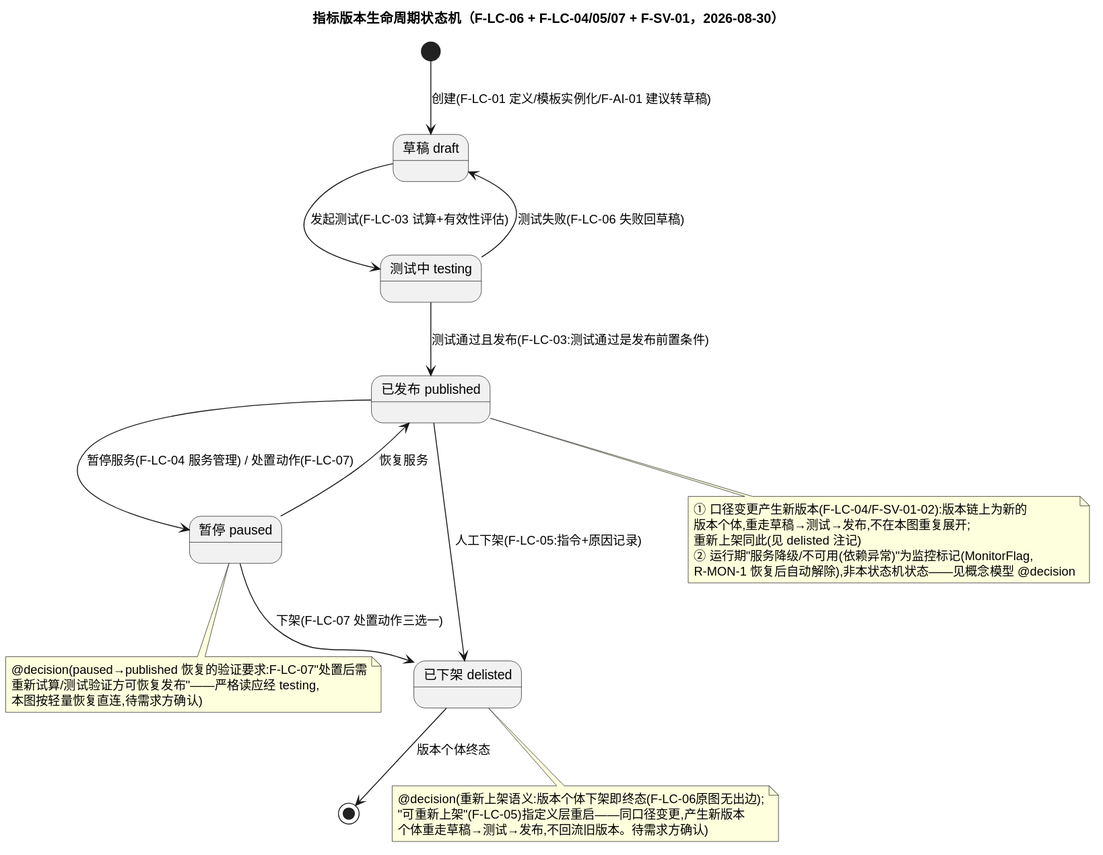
This is research/requirement-to-spec/cases/intelli-metric/formal/flow-metric.svg from fisheryu-cn1/AI-Coding-Engineering, a PlantUML export, as it was before one commit. Its diagram source:
```plantuml
@startuml
title 指标版本生命周期状态机（F-LC-06 + F-LC-04/05/07 + F-SV-01，2026-08-30）

state "草稿 draft" as draft
state "测试中 testing" as testing
state "已发布 published" as published
state "暂停 paused" as paused
state "已下架 delisted" as delisted

[*] --> draft : 创建(F-LC-01 定义/模板实例化/F-AI-01 建议转草稿)

draft --> testing : 发起测试(F-LC-03 试算+有效性评估)
testing --> draft : 测试失败(F-LC-06 失败回草稿)
testing --> published : 测试通过且发布(F-LC-03:测试通过是发布前置条件)
published --> paused : 暂停服务(F-LC-04 服务管理) / 处置动作(F-LC-07)
paused --> published : 恢复服务
published --> delisted : 人工下架(F-LC-05:指令+原因记录)
paused --> delisted : 下架(F-LC-07 处置动作三选一)
delisted --> [*] : 版本个体终态

note bottom of delisted
  @decision(重新上架语义:版本个体下架即终态(F-LC-06原图无出边);
  "可重新上架"(F-LC-05)指定义层重启——同口径变更,产生新版本
  个体重走草稿→测试→发布,不回流旧版本。待需求方确认)
end note
note bottom of paused
  @decision(paused→published 恢复的验证要求:F-LC-07"处置后需
  重新试算/测试验证方可恢复发布"——严格读应经 testing,
  本图按轻量恢复直连,待需求方确认)
end note
note bottom of published
  ① 口径变更产生新版本(F-LC-04/F-SV-01-02):版本链上为新的
  版本个体,重走草稿→测试→发布,不在本图重复展开;
  重新上架同此(见 delisted 注记)
  ② 运行期"服务降级/不可用(依赖异常)"为监控标记(MonitorFlag,
  R-MON-1 恢复后自动解除),非本状态机状态——见概念模型 @decision
end note
@enduml
```
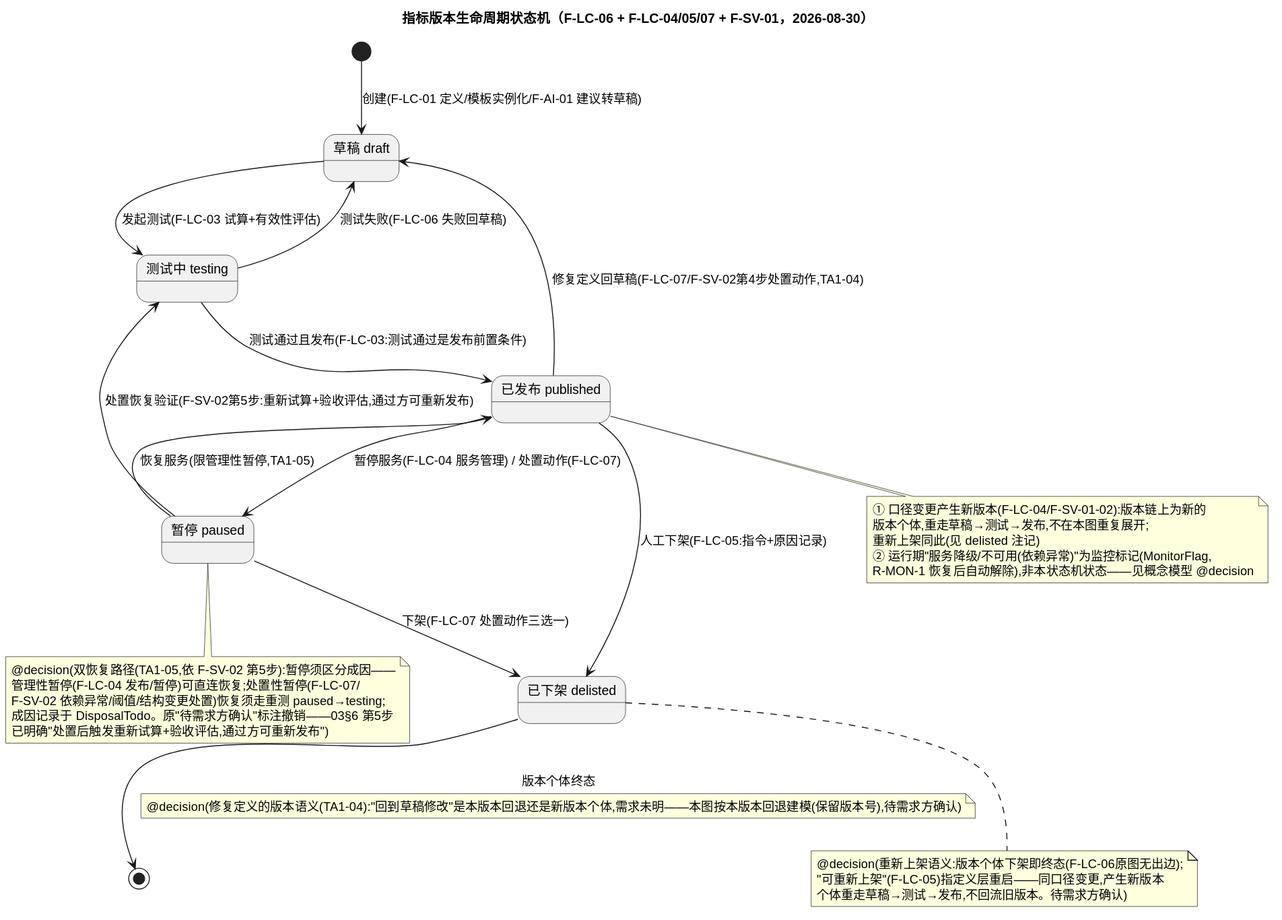
The same diagram one commit later.

The edit, as a diff of the source:
```diff
@@ -13,7 +13,9 @@
 testing --> draft : 测试失败(F-LC-06 失败回草稿)
 testing --> published : 测试通过且发布(F-LC-03:测试通过是发布前置条件)
 published --> paused : 暂停服务(F-LC-04 服务管理) / 处置动作(F-LC-07)
-paused --> published : 恢复服务
+paused --> published : 恢复服务(限管理性暂停,TA1-05)
+paused --> testing : 处置恢复验证(F-SV-02第5步:重新试算+验收评估,通过方可重新发布)
+published --> draft : 修复定义回草稿(F-LC-07/F-SV-02第4步处置动作,TA1-04)
 published --> delisted : 人工下架(F-LC-05:指令+原因记录)
 paused --> delisted : 下架(F-LC-07 处置动作三选一)
 delisted --> [*] : 版本个体终态
@@ -23,10 +25,13 @@
   "可重新上架"(F-LC-05)指定义层重启——同口径变更,产生新版本
   个体重走草稿→测试→发布,不回流旧版本。待需求方确认)
 end note
+note on link : @decision(修复定义的版本语义(TA1-04):"回到草稿修改"是本版本回退还是新版本个体,需求未明——本图按本版本回退建模(保留版本号),待需求方确认)
 note bottom of paused
-  @decision(paused→published 恢复的验证要求:F-LC-07"处置后需
-  重新试算/测试验证方可恢复发布"——严格读应经 testing,
-  本图按轻量恢复直连,待需求方确认)
+  @decision(双恢复路径(TA1-05,依 F-SV-02 第5步):暂停须区分成因——
+  管理性暂停(F-LC-04 发布/暂停)可直连恢复;处置性暂停(F-LC-07/
+  F-SV-02 依赖异常/阈值/结构变更处置)恢复须走重测 paused→testing;
+  成因记录于 DisposalTodo。原"待需求方确认"标注撤销——03§6 第5步
+  已明确"处置后触发重新试算+验收评估,通过方可重新发布")
 end note
 note bottom of published
   ① 口径变更产生新版本(F-LC-04/F-SV-01-02):版本链上为新的
```
